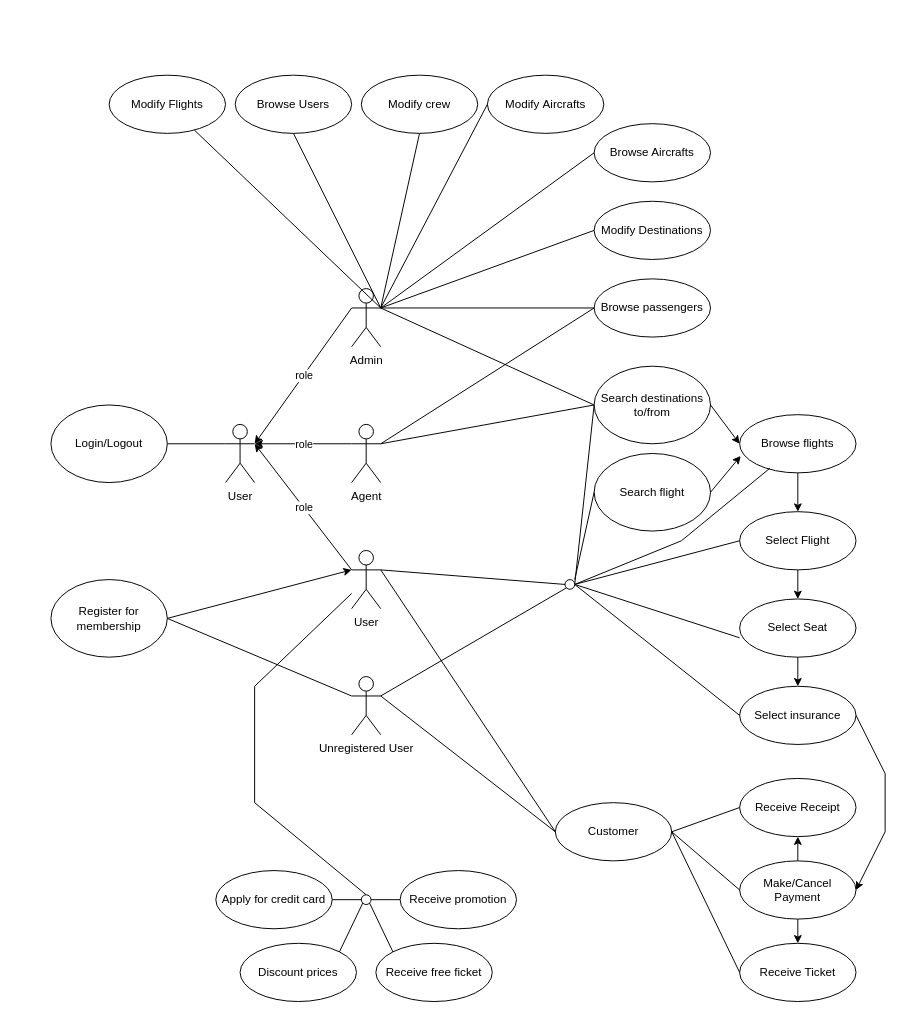
The draw.io diagram updated_use_case.drawio in Not-Nimna/flight_reservation, before the edit. Source tidied: cells renumbered, new cells numbered last; positions are measured from the earlier drawing's top-left corner, leaving out a move shared by most shapes. Both pictures are drawn from the tidied source at 97%, with x=0, y=0 at pixel (50, 75).
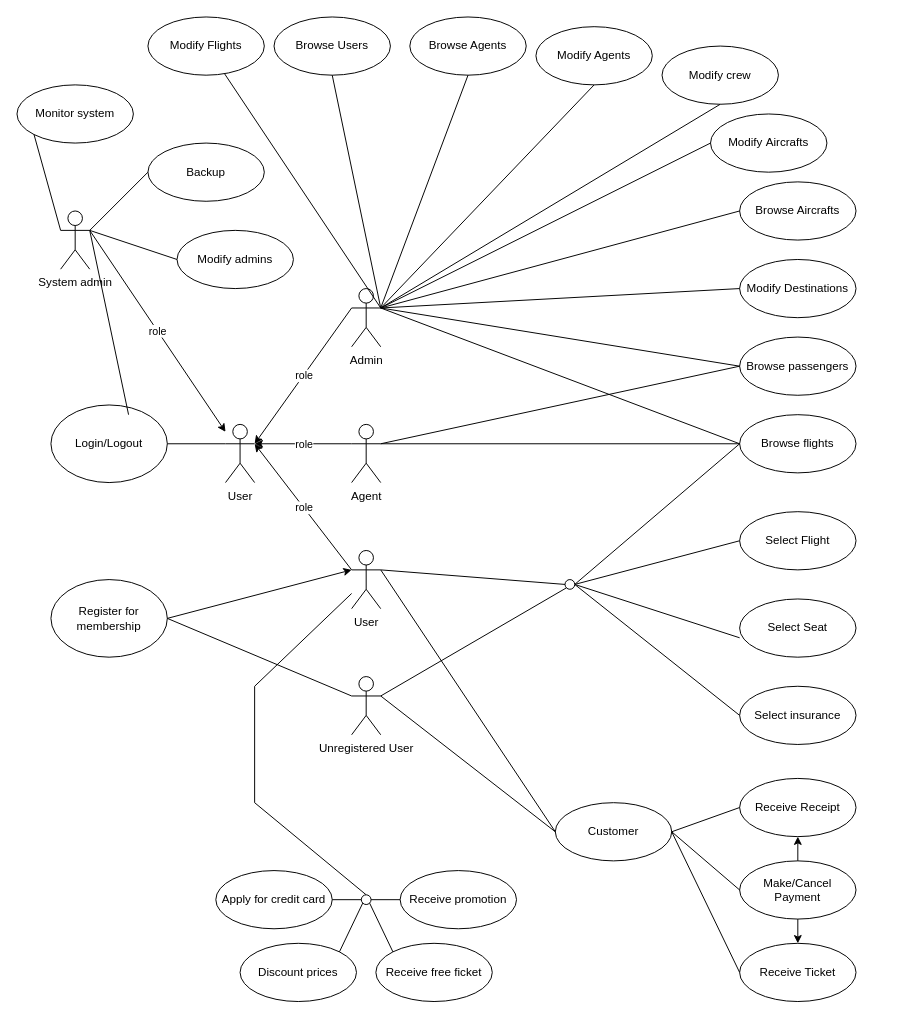
The same diagram, later.

The change refers to these unchanged cells:
```xml
<mxCell id="2" value="Browse flights" style="ellipse;whiteSpace=wrap;html=1;" parent="1" vertex="1">
  <mxGeometry x="710" y="350" width="120" height="60" as="geometry" />
</mxCell>
<mxCell id="3" value="Select Flight" style="ellipse;whiteSpace=wrap;html=1;" parent="1" vertex="1">
  <mxGeometry x="710" y="450" width="120" height="60" as="geometry" />
</mxCell>
<mxCell id="4" value="Admin" style="shape=umlActor;verticalLabelPosition=bottom;verticalAlign=top;html=1;outlineConnect=0;" parent="1" vertex="1">
  <mxGeometry x="310" y="220" width="30" height="60" as="geometry" />
</mxCell>
<mxCell id="7" value="Select Seat" style="ellipse;whiteSpace=wrap;html=1;" parent="1" vertex="1">
  <mxGeometry x="710" y="540" width="120" height="60" as="geometry" />
</mxCell>
<mxCell id="8" value="Select insurance" style="ellipse;whiteSpace=wrap;html=1;" parent="1" vertex="1">
  <mxGeometry x="710" y="630" width="120" height="60" as="geometry" />
</mxCell>
<mxCell id="9" value="Make/Cancel Payment" style="ellipse;whiteSpace=wrap;html=1;" parent="1" vertex="1">
  <mxGeometry x="710" y="810" width="120" height="60" as="geometry" />
</mxCell>
<mxCell id="15" value="Login/Logout" style="ellipse;whiteSpace=wrap;html=1;" parent="1" vertex="1">
  <mxGeometry y="340" width="120" height="80" as="geometry" />
</mxCell>
<mxCell id="50" value="User" style="shape=umlActor;verticalLabelPosition=bottom;verticalAlign=top;html=1;outlineConnect=0;" parent="1" vertex="1">
  <mxGeometry x="180" y="360" width="30" height="60" as="geometry" />
</mxCell>
<mxCell id="64" style="ellipse;whiteSpace=wrap;html=1;" parent="1" vertex="1">
  <mxGeometry x="530" y="520" width="10" height="10" as="geometry" />
</mxCell>
```

Diff of the diagram source:
```diff
@@
     <mxCell id="12" value="Modify&amp;nbsp;Aircrafts" style="ellipse;whiteSpace=wrap;html=1;" parent="1" vertex="1">
-      <mxGeometry x="450" width="120" height="60" as="geometry" />
+      <mxGeometry x="680" y="40" width="120" height="60" as="geometry" />
     </mxCell>
     <mxCell id="13" value="Modify Destinations" style="ellipse;whiteSpace=wrap;html=1;" parent="1" vertex="1">
-      <mxGeometry x="560" y="130" width="120" height="60" as="geometry" />
+      <mxGeometry x="710" y="190" width="120" height="60" as="geometry" />
     </mxCell>
     <mxCell id="14" value="Modify Flights" style="ellipse;whiteSpace=wrap;html=1;" parent="1" vertex="1">
-      <mxGeometry x="60" width="120" height="60" as="geometry" />
+      <mxGeometry x="100" y="-60" width="120" height="60" as="geometry" />
     </mxCell>
@@
-    <mxCell id="17" style="endArrow=none;html=1;rounded=0;entryX=0;entryY=0.5;entryDx=0;entryDy=0;" parent="1" edge="1" target="45">
+    <mxCell id="17" style="endArrow=none;html=1;rounded=0;entryX=0;entryY=0.5;entryDx=0;entryDy=0;" parent="1" edge="1" target="2">
       <mxGeometry relative="1" as="geometry">
         <mxPoint x="340" y="380" as="sourcePoint" />
       </mxGeometry>
     </mxCell>
     <mxCell id="18" value="Browse passengers" style="ellipse;whiteSpace=wrap;html=1;" parent="1" vertex="1">
-      <mxGeometry x="560" y="210" width="120" height="60" as="geometry" />
+      <mxGeometry x="710" y="270" width="120" height="60" as="geometry" />
     </mxCell>
@@
-    <mxCell id="23" style="endArrow=none;html=1;rounded=0;entryX=0;entryY=0.5;entryDx=0;entryDy=0;exitX=1;exitY=0.3333333333333333;exitDx=0;exitDy=0;exitPerimeter=0;" parent="1" edge="1" source="4" target="45">
-      <mxGeometry relative="1" as="geometry" />
+    <mxCell id="23" style="endArrow=none;html=1;rounded=0;exitX=1;exitY=0.3333333333333333;exitDx=0;exitDy=0;exitPerimeter=0;" parent="1" edge="1" source="4">
+      <mxGeometry relative="1" as="geometry">
+        <mxPoint x="710" y="380" as="targetPoint" />
+      </mxGeometry>
     </mxCell>
-    <mxCell id="24" style="endArrow=none;html=1;rounded=0;exitX=1;exitY=0.5;exitDx=0;exitDy=0;entryX=0;entryY=0.5;entryDx=0;entryDy=0;" parent="1" edge="1" source="64" target="45">
+    <mxCell id="24" style="endArrow=none;html=1;rounded=0;exitX=1;exitY=0.5;exitDx=0;exitDy=0;entryX=0;entryY=0.5;entryDx=0;entryDy=0;" parent="1" edge="1" source="64" target="2">
       <mxGeometry relative="1" as="geometry" />
     </mxCell>
@@
     <mxCell id="33" value="Browse Aircrafts" style="ellipse;whiteSpace=wrap;html=1;" parent="1" vertex="1">
-      <mxGeometry x="560" y="50" width="120" height="60" as="geometry" />
+      <mxGeometry x="710" y="110" width="120" height="60" as="geometry" />
     </mxCell>
@@
     <mxCell id="35" value="Modify crew" style="ellipse;whiteSpace=wrap;html=1;" parent="1" vertex="1">
-      <mxGeometry x="320" width="120" height="60" as="geometry" />
+      <mxGeometry x="630" y="-30" width="120" height="60" as="geometry" />
     </mxCell>
@@
     <mxCell id="37" value="Browse Users" style="ellipse;whiteSpace=wrap;html=1;" parent="1" vertex="1">
-      <mxGeometry x="190" width="120" height="60" as="geometry" />
+      <mxGeometry x="230" y="-60" width="120" height="60" as="geometry" />
     </mxCell>
@@
-    <mxCell id="43" style="endArrow=classic;html=1;rounded=0;exitX=0.5;exitY=1;exitDx=0;exitDy=0;entryX=0.5;entryY=0;entryDx=0;entryDy=0;" parent="1" edge="1" source="3" target="7">
-      <mxGeometry relative="1" as="geometry" />
-    </mxCell>
-    <mxCell id="44" style="endArrow=classic;html=1;rounded=0;exitX=0.5;exitY=1;exitDx=0;exitDy=0;entryX=0.5;entryY=0;entryDx=0;entryDy=0;" parent="1" edge="1" source="7" target="8">
-      <mxGeometry relative="1" as="geometry" />
-    </mxCell>
-    <mxCell id="45" value="Search destinations to/from" style="ellipse;whiteSpace=wrap;html=1;" parent="1" vertex="1">
-      <mxGeometry x="560" y="300" width="120" height="80" as="geometry" />
-    </mxCell>
-    <mxCell id="46" style="edgeStyle=orthogonalEdgeStyle;rounded=0;orthogonalLoop=1;jettySize=auto;html=1;exitX=0.5;exitY=1;exitDx=0;exitDy=0;" parent="1" edge="1" source="45" target="45">
-      <mxGeometry relative="1" as="geometry" />
+    <mxCell id="46" style="edgeStyle=orthogonalEdgeStyle;rounded=0;orthogonalLoop=1;jettySize=auto;html=1;exitX=0.5;exitY=1;exitDx=0;exitDy=0;" parent="1" edge="1">
+      <mxGeometry relative="1" as="geometry">
+        <mxPoint x="620" y="380" as="sourcePoint" />
+        <mxPoint x="620" y="380" as="targetPoint" />
+      </mxGeometry>
     </mxCell>
-    <mxCell id="47" style="endArrow=classic;html=1;rounded=0;exitX=1;exitY=0.5;exitDx=0;exitDy=0;entryX=0;entryY=0.5;entryDx=0;entryDy=0;" parent="1" edge="1" source="45" target="2">
-      <mxGeometry relative="1" as="geometry" />
-    </mxCell>
-    <mxCell id="48" style="endArrow=classic;html=1;rounded=0;exitX=0.5;exitY=1;exitDx=0;exitDy=0;entryX=0.5;entryY=0;entryDx=0;entryDy=0;" parent="1" edge="1" source="2" target="3">
-      <mxGeometry relative="1" as="geometry" />
-    </mxCell>
-    <mxCell id="49" style="endArrow=classic;html=1;rounded=0;exitX=1;exitY=0.5;exitDx=0;exitDy=0;entryX=1;entryY=0.5;entryDx=0;entryDy=0;" parent="1" edge="1" source="8" target="9">
-      <mxGeometry relative="1" as="geometry">
-        <Array as="points">
-          <mxPoint x="860" y="720" />
-          <mxPoint x="860" y="780" />
-        </Array>
-      </mxGeometry>
-    </mxCell>
@@
-    <mxCell id="74" value="Search flight" style="ellipse;whiteSpace=wrap;html=1;" parent="1" vertex="1">
-      <mxGeometry x="560" y="390" width="120" height="80" as="geometry" />
-    </mxCell>
-    <mxCell id="75" style="endArrow=none;html=1;rounded=0;entryX=0;entryY=0.5;entryDx=0;entryDy=0;" parent="1" edge="1" target="74">
-      <mxGeometry relative="1" as="geometry">
-        <mxPoint x="540" y="520" as="sourcePoint" />
-      </mxGeometry>
-    </mxCell>
-    <mxCell id="76" style="endArrow=classic;html=1;rounded=0;exitX=1;exitY=0.5;exitDx=0;exitDy=0;entryX=0.009;entryY=0.709;entryDx=0;entryDy=0;entryPerimeter=0;" parent="1" edge="1" source="74" target="2">
-      <mxGeometry relative="1" as="geometry" />
-    </mxCell>
-    <mxCell id="77" style="endArrow=none;html=1;rounded=0;exitX=1;exitY=0.5;exitDx=0;exitDy=0;entryX=0.259;entryY=0.922;entryDx=0;entryDy=0;entryPerimeter=0;" parent="1" edge="1" source="64" target="2">
-      <mxGeometry relative="1" as="geometry">
-        <Array as="points">
-          <mxPoint x="650" y="480" />
-        </Array>
-      </mxGeometry>
-    </mxCell>
+    <mxCell id="78" value="System admin" style="shape=umlActor;verticalLabelPosition=bottom;verticalAlign=top;html=1;outlineConnect=0;" parent="1" vertex="1">
+      <mxGeometry x="10" y="140" width="30" height="60" as="geometry" />
+    </mxCell>
+    <mxCell id="79" value="Backup" style="ellipse;whiteSpace=wrap;html=1;" parent="1" vertex="1">
+      <mxGeometry x="100" y="70" width="120" height="60" as="geometry" />
+    </mxCell>
+    <mxCell id="80" value="Modify admins" style="ellipse;whiteSpace=wrap;html=1;" parent="1" vertex="1">
+      <mxGeometry x="130" y="160" width="120" height="60" as="geometry" />
+    </mxCell>
+    <mxCell id="81" value="Browse Agents" style="ellipse;whiteSpace=wrap;html=1;" parent="1" vertex="1">
+      <mxGeometry x="370" y="-60" width="120" height="60" as="geometry" />
+    </mxCell>
+    <mxCell id="82" value="Modify Agents" style="ellipse;whiteSpace=wrap;html=1;" parent="1" vertex="1">
+      <mxGeometry x="500" y="-50" width="120" height="60" as="geometry" />
+    </mxCell>
+    <mxCell id="83" style="endArrow=none;html=1;rounded=0;exitX=1;exitY=0.3333333333333333;exitDx=0;exitDy=0;exitPerimeter=0;entryX=0.5;entryY=1;entryDx=0;entryDy=0;" parent="1" edge="1" source="4" target="81">
+      <mxGeometry relative="1" as="geometry" />
+    </mxCell>
+    <mxCell id="84" style="endArrow=none;html=1;rounded=0;exitX=1;exitY=0.3333333333333333;exitDx=0;exitDy=0;exitPerimeter=0;entryX=0.5;entryY=1;entryDx=0;entryDy=0;" parent="1" edge="1" source="4" target="82">
+      <mxGeometry relative="1" as="geometry" />
+    </mxCell>
+    <mxCell id="85" style="endArrow=none;html=1;rounded=0;exitX=1;exitY=0.3333333333333333;exitDx=0;exitDy=0;exitPerimeter=0;entryX=0;entryY=0.5;entryDx=0;entryDy=0;" parent="1" edge="1" source="78" target="80">
+      <mxGeometry relative="1" as="geometry" />
+    </mxCell>
+    <mxCell id="86" style="endArrow=none;html=1;rounded=0;exitX=1;exitY=0.3333333333333333;exitDx=0;exitDy=0;exitPerimeter=0;entryX=0;entryY=0.5;entryDx=0;entryDy=0;" parent="1" edge="1" source="78" target="79">
+      <mxGeometry relative="1" as="geometry" />
+    </mxCell>
+    <mxCell id="87" style="endArrow=none;html=1;rounded=0;exitX=1;exitY=0.3333333333333333;exitDx=0;exitDy=0;exitPerimeter=0;entryX=0.667;entryY=0.125;entryDx=0;entryDy=0;entryPerimeter=0;" parent="1" edge="1" source="78" target="15">
+      <mxGeometry relative="1" as="geometry" />
+    </mxCell>
+    <mxCell id="88" style="endArrow=classic;html=1;rounded=0;exitX=1;exitY=0.3333333333333333;exitDx=0;exitDy=0;exitPerimeter=0;" parent="1" edge="1" source="78" target="50">
+      <mxGeometry relative="1" as="geometry" />
+    </mxCell>
+    <mxCell id="89" value="role" style="edgeLabel;html=1;align=center;verticalAlign=middle;" parent="88" vertex="1">
+      <mxGeometry relative="1" as="geometry" />
+    </mxCell>
+    <mxCell id="90" value="Monitor system" style="ellipse;whiteSpace=wrap;html=1;" parent="1" vertex="1">
+      <mxGeometry x="-35" y="10" width="120" height="60" as="geometry" />
+    </mxCell>
+    <mxCell id="91" style="endArrow=none;html=1;rounded=0;exitX=0;exitY=0.3333333333333333;exitDx=0;exitDy=0;exitPerimeter=0;entryX=0;entryY=1;entryDx=0;entryDy=0;" parent="1" edge="1" source="78" target="90">
+      <mxGeometry relative="1" as="geometry" />
+    </mxCell>
```
